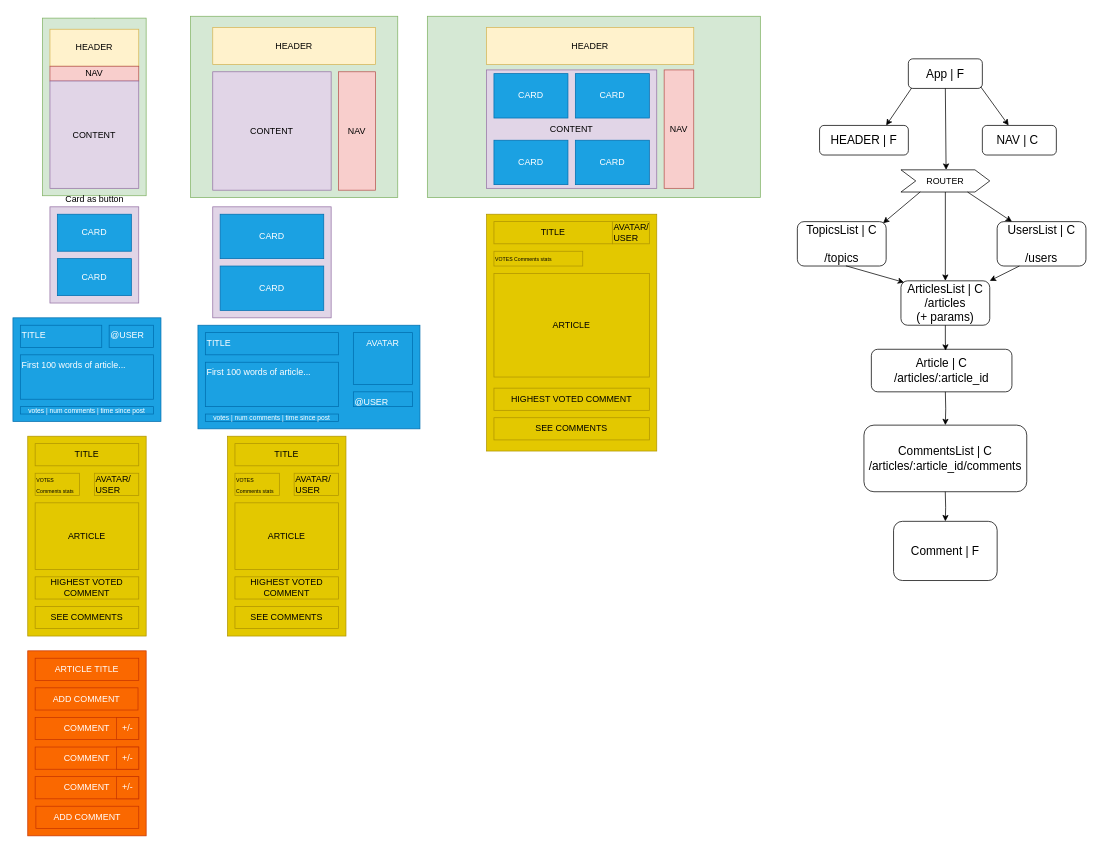
This is misc/nc-news-wireframe.drawio from galambborong/getit, a draw.io file, before an edit. Source tidied: cells renumbered, new cells numbered last; positions are measured from the earlier drawing's top-left corner, leaving out a move shared by most shapes. Both pictures are drawn from the tidied source at 74%, with x=0, y=0 at pixel (5, 16).
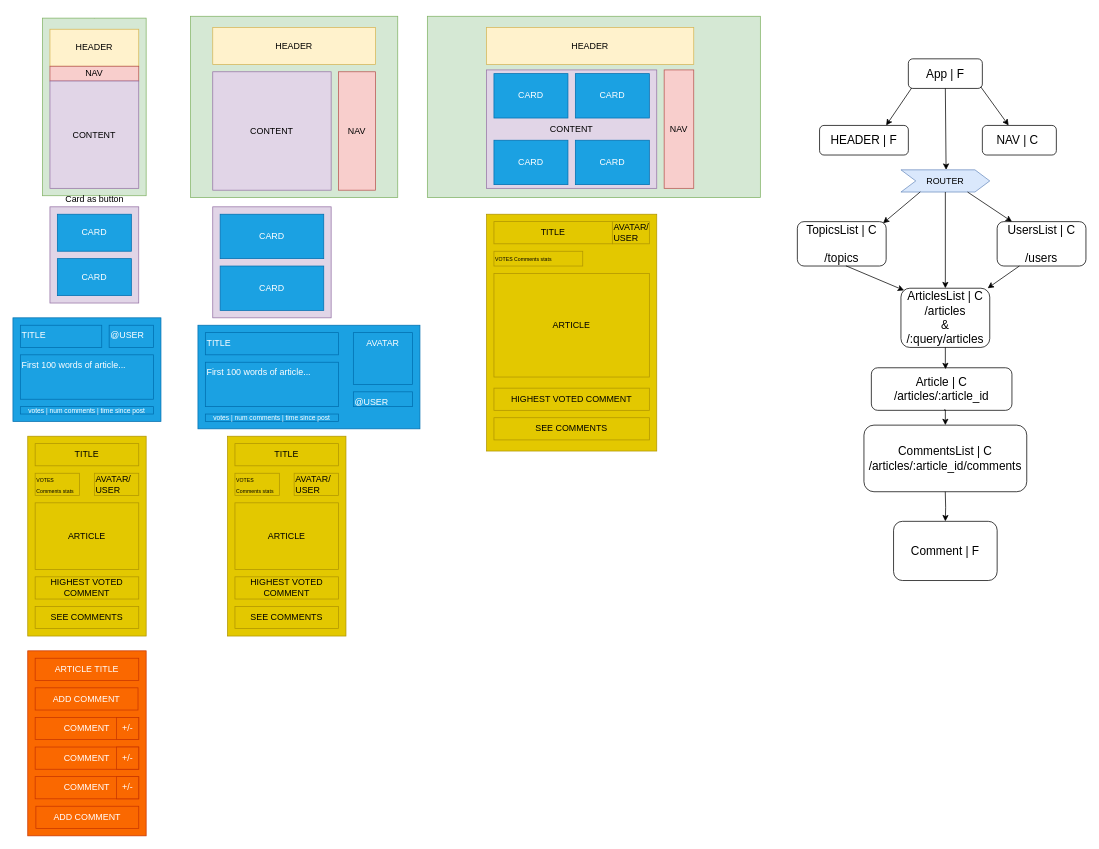
The same page after the edit.

Commit message (it also covers changes not shown here):
Minor change to Router and add utils dir

Unchanged cells that the change refers to:
```xml
<mxCell id="63" value="&lt;font color=&quot;#000000&quot; style=&quot;font-size: 16px&quot;&gt;CommentsList | C&lt;br&gt;/articles/:article_id/comments&lt;br&gt;&lt;/font&gt;" style="rounded=1;whiteSpace=wrap;html=1;labelBackgroundColor=none;fillColor=none;fontColor=#FFFFFF;align=center;" parent="1" vertex="1">
  <mxGeometry x="1160" y="553" width="220" height="90" as="geometry" />
</mxCell>
```

Change to the diagram source:
```diff
@@
-    <mxCell id="54" value="&lt;font color=&quot;#000000&quot;&gt;ROUTER&lt;/font&gt;" style="shape=step;perimeter=stepPerimeter;whiteSpace=wrap;html=1;fixedSize=1;rounded=0;shadow=0;glass=0;sketch=0;fillColor=none;fontColor=#FFFFFF;align=center;" parent="1" vertex="1">
+    <mxCell id="54" value="&lt;font color=&quot;#000000&quot;&gt;ROUTER&lt;/font&gt;" style="shape=step;perimeter=stepPerimeter;whiteSpace=wrap;html=1;fixedSize=1;rounded=0;shadow=0;glass=0;sketch=0;fillColor=#dae8fc;align=center;strokeColor=#6c8ebf;" parent="1" vertex="1">
       <mxGeometry x="1210" y="208" width="120" height="30" as="geometry" />
     </mxCell>
@@
-    <mxCell id="56" value="&lt;font color=&quot;#000000&quot; style=&quot;font-size: 16px&quot;&gt;ArticlesList | C&lt;br&gt;/articles&lt;br&gt;(+ params)&lt;br&gt;&lt;/font&gt;" style="rounded=1;whiteSpace=wrap;html=1;labelBackgroundColor=none;fillColor=none;fontColor=#FFFFFF;align=center;" parent="1" vertex="1">
-      <mxGeometry x="1210" y="358" width="120" height="60" as="geometry" />
+    <mxCell id="56" value="&lt;font color=&quot;#000000&quot; style=&quot;font-size: 16px&quot;&gt;ArticlesList | C&lt;br&gt;/articles&lt;br&gt;&amp;amp;&lt;br&gt;/:query/articles&lt;br&gt;&lt;/font&gt;" style="rounded=1;whiteSpace=wrap;html=1;labelBackgroundColor=none;fillColor=none;fontColor=#FFFFFF;align=center;" parent="1" vertex="1">
+      <mxGeometry x="1210" y="368" width="120" height="80" as="geometry" />
     </mxCell>
@@
     <mxCell id="62" value="&lt;font color=&quot;#000000&quot; style=&quot;font-size: 16px&quot;&gt;Article | C&lt;br&gt;/articles/:article_id&lt;br&gt;&lt;/font&gt;" style="rounded=1;whiteSpace=wrap;html=1;labelBackgroundColor=none;fillColor=none;fontColor=#FFFFFF;align=center;" parent="1" vertex="1">
-      <mxGeometry x="1170" y="450.5" width="190" height="57.5" as="geometry" />
+      <mxGeometry x="1170" y="475.5" width="190" height="57.5" as="geometry" />
     </mxCell>
@@
-    <mxCell id="66" style="edgeStyle=orthogonalEdgeStyle;rounded=0;jettySize=auto;html=1;fontColor=#FFFFFF;entryX=0.5;entryY=0;entryDx=0;entryDy=0;" parent="1" edge="1" target="63">
-      <mxGeometry relative="1" as="geometry">
-        <mxPoint x="1270" y="508" as="sourcePoint" />
-      </mxGeometry>
+    <mxCell id="66" style="edgeStyle=orthogonalEdgeStyle;rounded=0;jettySize=auto;html=1;fontColor=#FFFFFF;entryX=0.5;entryY=0;entryDx=0;entryDy=0;exitX=0.517;exitY=0.989;exitDx=0;exitDy=0;exitPerimeter=0;" parent="1" edge="1" source="62" target="63">
+      <mxGeometry relative="1" as="geometry" />
     </mxCell>
```
